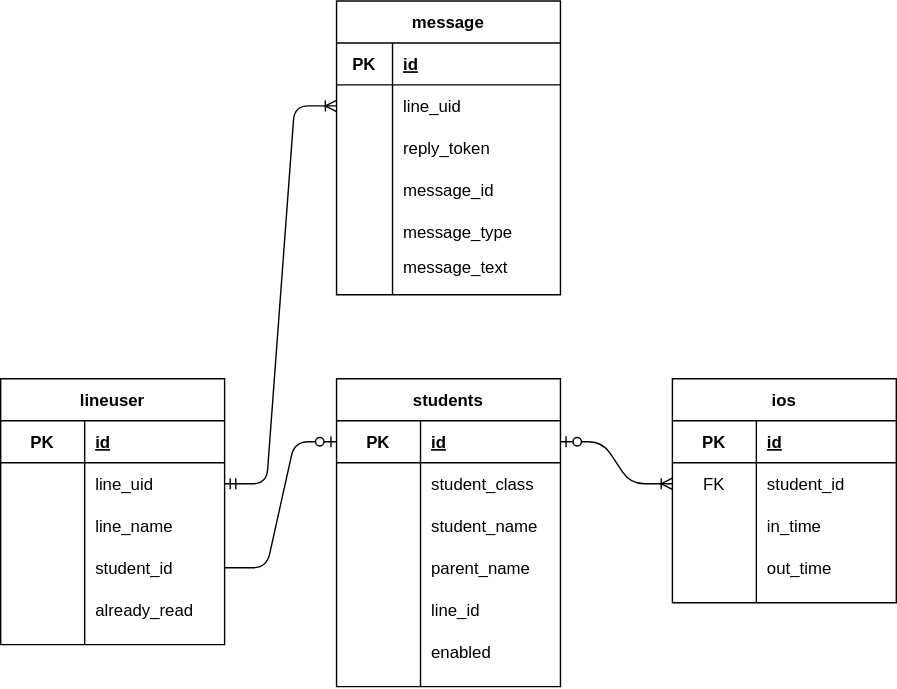
Earlier version of the draw.io export document/er.dio.svg (honda0924/check_in-out_local). Source tidied: cells renumbered, new cells last; positions are measured from the earlier drawing's top-left corner, leaving out a move shared by most shapes.
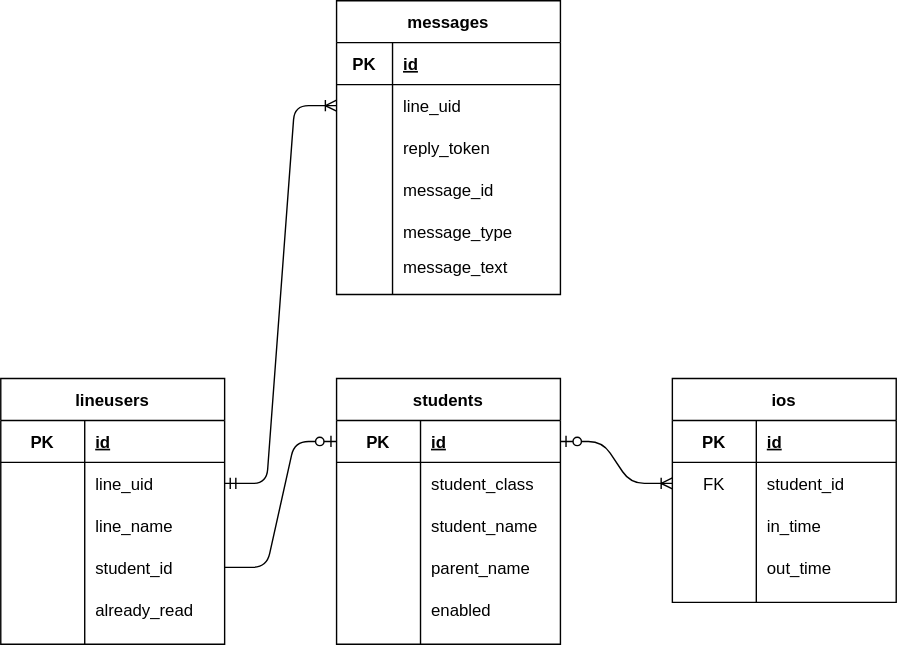
After the commit.

Commit message:
create_controllers_and_models

The edit, as a diff of the source:
```diff
@@ -3,7 +3,7 @@
     <mxCell id="0" />
     <mxCell id="1" parent="0" />
     <mxCell id="2" value="students" style="shape=table;startSize=30;rowLines=0;fontStyle=1;align=center;" parent="1" vertex="1">
-      <mxGeometry x="240" y="270" width="160" height="220" as="geometry" />
+      <mxGeometry x="240" y="270" width="160" height="190" as="geometry" />
     </mxCell>
     <mxCell id="3" style="shape=partialRectangle;fillColor=none;top=0;left=0;bottom=1;right=0;points=[[0,0.5],[1,0.5]];portConstraint=eastwest;" parent="2" vertex="1">
       <mxGeometry y="30" width="160" height="30" as="geometry" />
@@ -41,17 +41,8 @@
     <mxCell id="14" value="parent_name" style="shape=partialRectangle;fillColor=none;top=0;left=0;bottom=0;right=0;align=left;spacingLeft=6;overflow=hidden;" parent="12" vertex="1">
       <mxGeometry x="60" width="100" height="30" as="geometry" />
     </mxCell>
-    <mxCell id="15" style="shape=partialRectangle;fillColor=none;top=0;left=0;bottom=0;right=0;" parent="2" vertex="1">
-      <mxGeometry y="150" width="160" height="30" as="geometry" />
-    </mxCell>
-    <mxCell id="16" style="shape=partialRectangle;fillColor=none;top=0;left=0;bottom=0;right=0;overflow=hidden;" parent="15" vertex="1">
-      <mxGeometry width="60" height="30" as="geometry" />
-    </mxCell>
-    <mxCell id="17" value="line_id" style="shape=partialRectangle;fillColor=none;top=0;left=0;bottom=0;right=0;align=left;spacingLeft=6;overflow=hidden;" parent="15" vertex="1">
-      <mxGeometry x="60" width="100" height="30" as="geometry" />
-    </mxCell>
     <mxCell id="18" style="shape=partialRectangle;fillColor=none;top=0;left=0;bottom=0;right=0;" parent="2" vertex="1">
-      <mxGeometry y="180" width="160" height="30" as="geometry" />
+      <mxGeometry y="150" width="160" height="30" as="geometry" />
     </mxCell>
     <mxCell id="19" style="shape=partialRectangle;fillColor=none;top=0;left=0;bottom=0;right=0;overflow=hidden;" parent="18" vertex="1">
       <mxGeometry width="60" height="30" as="geometry" />
@@ -101,7 +92,7 @@
     <mxCell id="34" style="edgeStyle=entityRelationEdgeStyle;fontSize=12;html=1;endArrow=ERoneToMany;startArrow=ERzeroToOne;exitX=1;exitY=0.5;exitDx=0;exitDy=0;entryX=0;entryY=0.5;entryDx=0;entryDy=0;" parent="1" edge="1" source="3" target="25">
       <mxGeometry relative="1" as="geometry" />
     </mxCell>
-    <mxCell id="35" value="lineuser" style="shape=table;startSize=30;rowLines=0;fontStyle=1;align=center;" parent="1" vertex="1">
+    <mxCell id="35" value="lineusers" style="shape=table;startSize=30;rowLines=0;fontStyle=1;align=center;" parent="1" vertex="1">
       <mxGeometry y="270" width="160" height="190" as="geometry" />
     </mxCell>
     <mxCell id="36" style="shape=partialRectangle;fillColor=none;top=0;left=0;bottom=1;right=0;" parent="35" vertex="1">
@@ -152,7 +143,7 @@
     <mxCell id="51" style="edgeStyle=entityRelationEdgeStyle;fontSize=12;html=1;endArrow=ERzeroToOne;endFill=1;exitX=1;exitY=0.5;exitDx=0;exitDy=0;entryX=0;entryY=0.5;entryDx=0;entryDy=0;" parent="1" edge="1" source="45" target="3">
       <mxGeometry relative="1" as="geometry" />
     </mxCell>
-    <mxCell id="52" value="message" style="shape=table;startSize=30;rowLines=0;fontStyle=1;align=center;" parent="1" vertex="1">
+    <mxCell id="52" value="messages" style="shape=table;startSize=30;rowLines=0;fontStyle=1;align=center;" parent="1" vertex="1">
       <mxGeometry x="240" width="160" height="210" as="geometry" />
     </mxCell>
     <mxCell id="53" style="shape=partialRectangle;fillColor=none;top=0;left=0;bottom=1;right=0;" parent="52" vertex="1">
```
